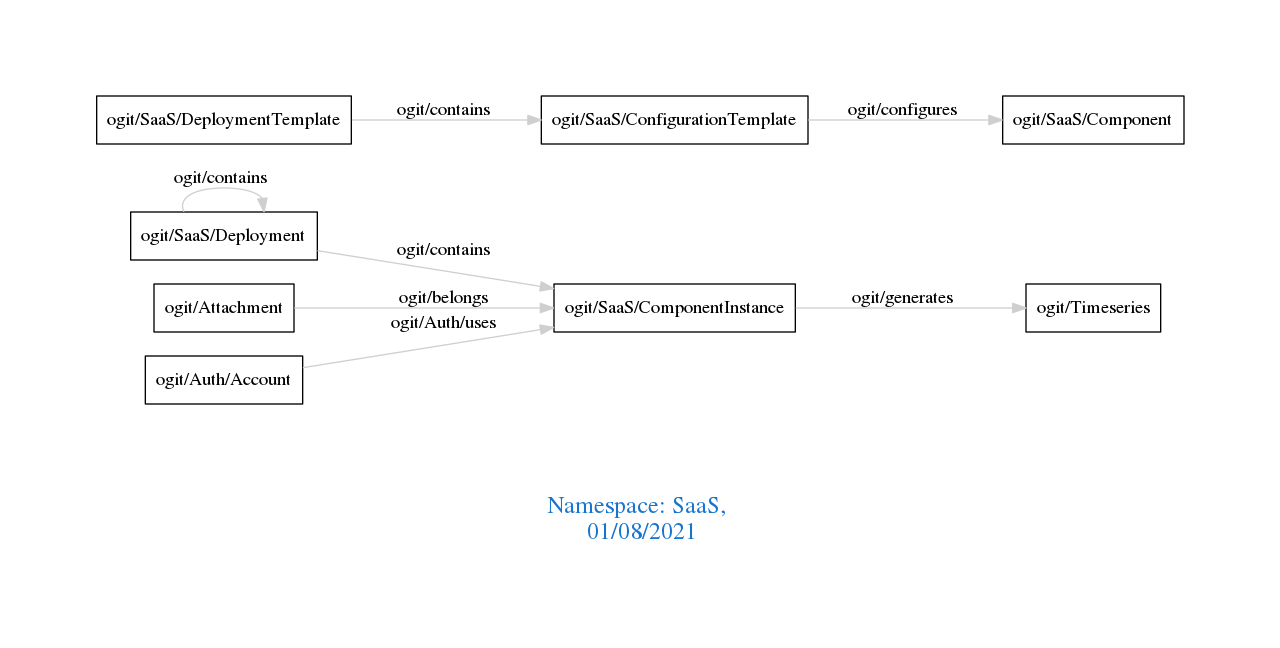
Before: downloads/SaaS.png, a diagram exported from Graphviz (arago/OGIT). Its source is kept beside it as downloads/SaaS.dot.
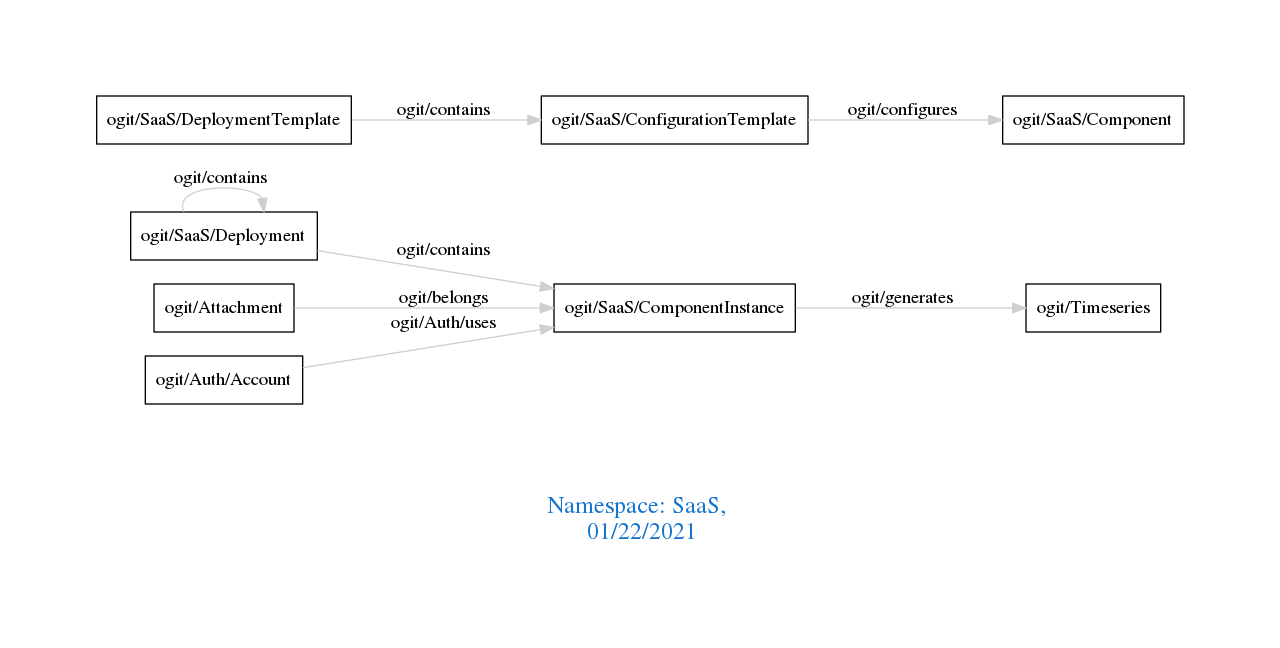
The same file after the commit.

Diff of the diagram source:
```diff
@@ -1,7 +1,7 @@
 digraph OGIT_ontology {
  graph [ rankdir= LR,pad=1
 fontsize = 18,
-fontcolor= dodgerblue3,label = "\n\n\nNamespace: SaaS, \n 01/08/2021"];
+fontcolor= dodgerblue3,label = "\n\n\nNamespace: SaaS, \n 01/22/2021"];
 node[shape=polygon];
 edge [  color="gray81"];
 
```
